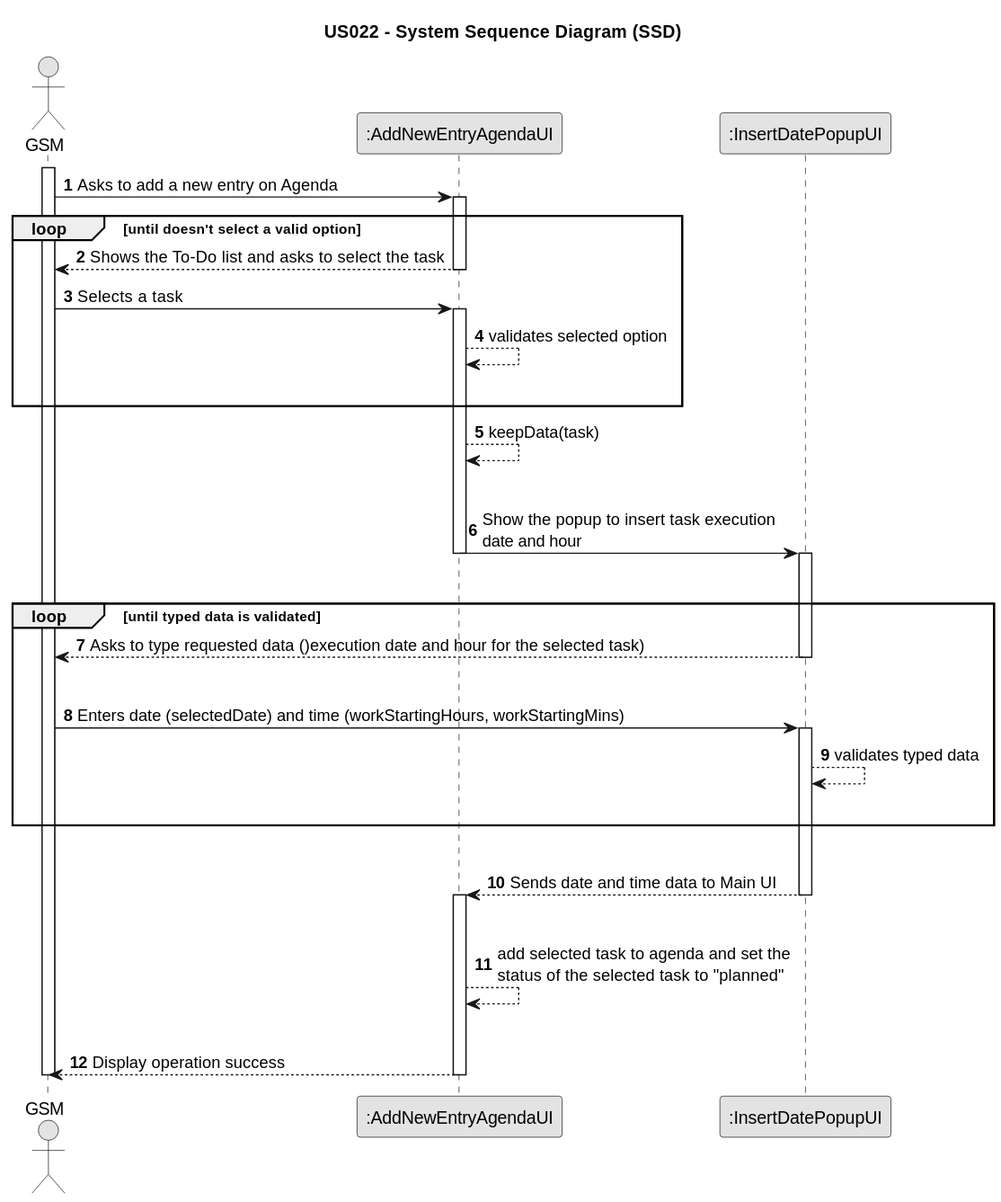
Before: docs/sprintC/us022/01.requirements-engineering/svg/us022-system-sequence-diagram.svg, a diagram exported from PlantUML (Rui-San/LAPR2_2023_2024).
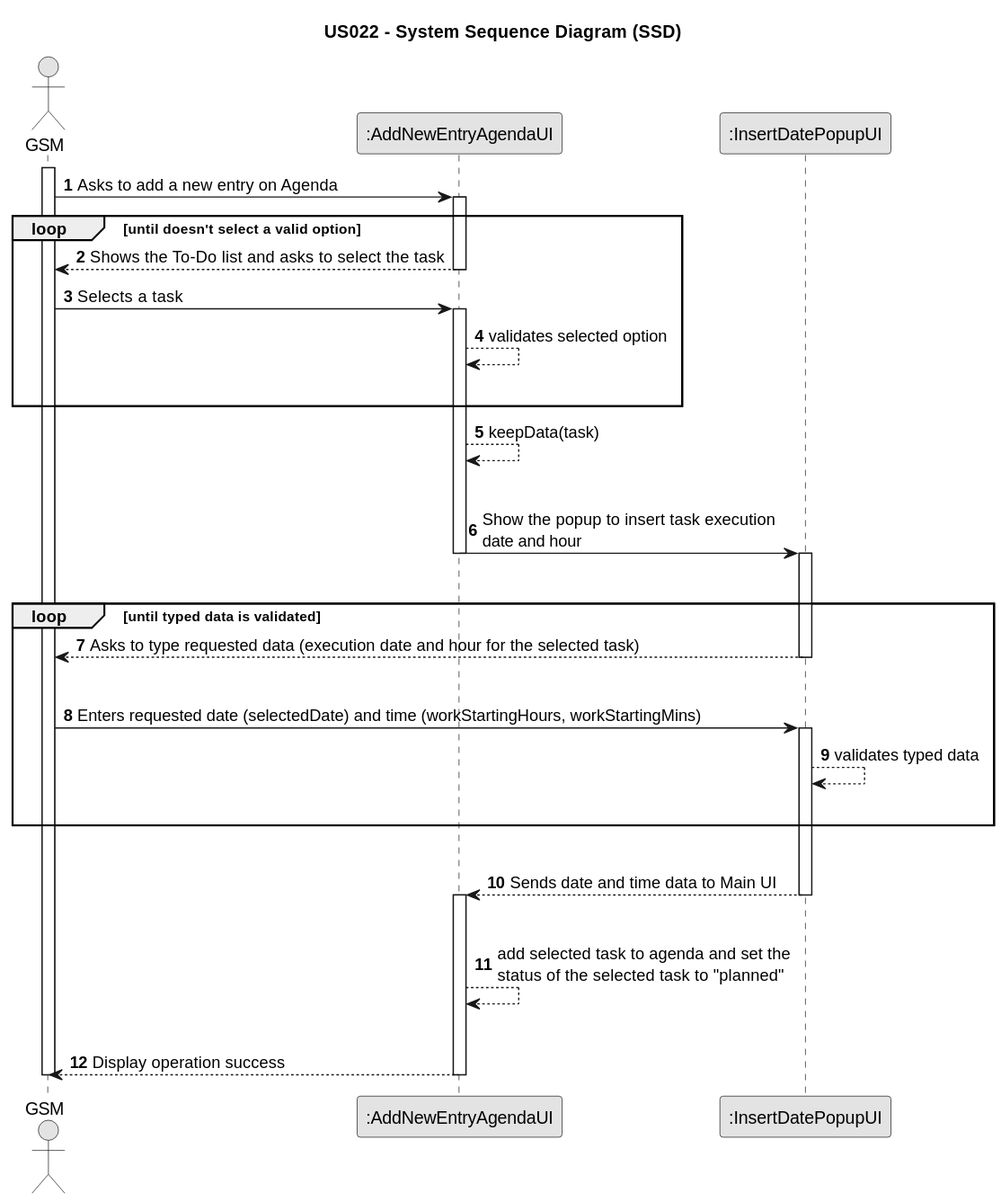
The same file after the commit.

What changed in the source:
```diff
@@ -39,12 +39,12 @@
 
         loop until typed data is validated
 
-        Popup --> GSM : Asks to type requested data ()execution date and hour for the selected task)
+        Popup --> GSM : Asks to type requested data (execution date and hour for the selected task)
         deactivate Popup
 
     deactivate UI
     |||
-    GSM -> Popup: Enters date (selectedDate) and time (workStartingHours, workStartingMins)
+    GSM -> Popup: Enters requested date (selectedDate) and time (workStartingHours, workStartingMins)
     activate Popup
 
     Popup --> Popup : validates typed data
```
